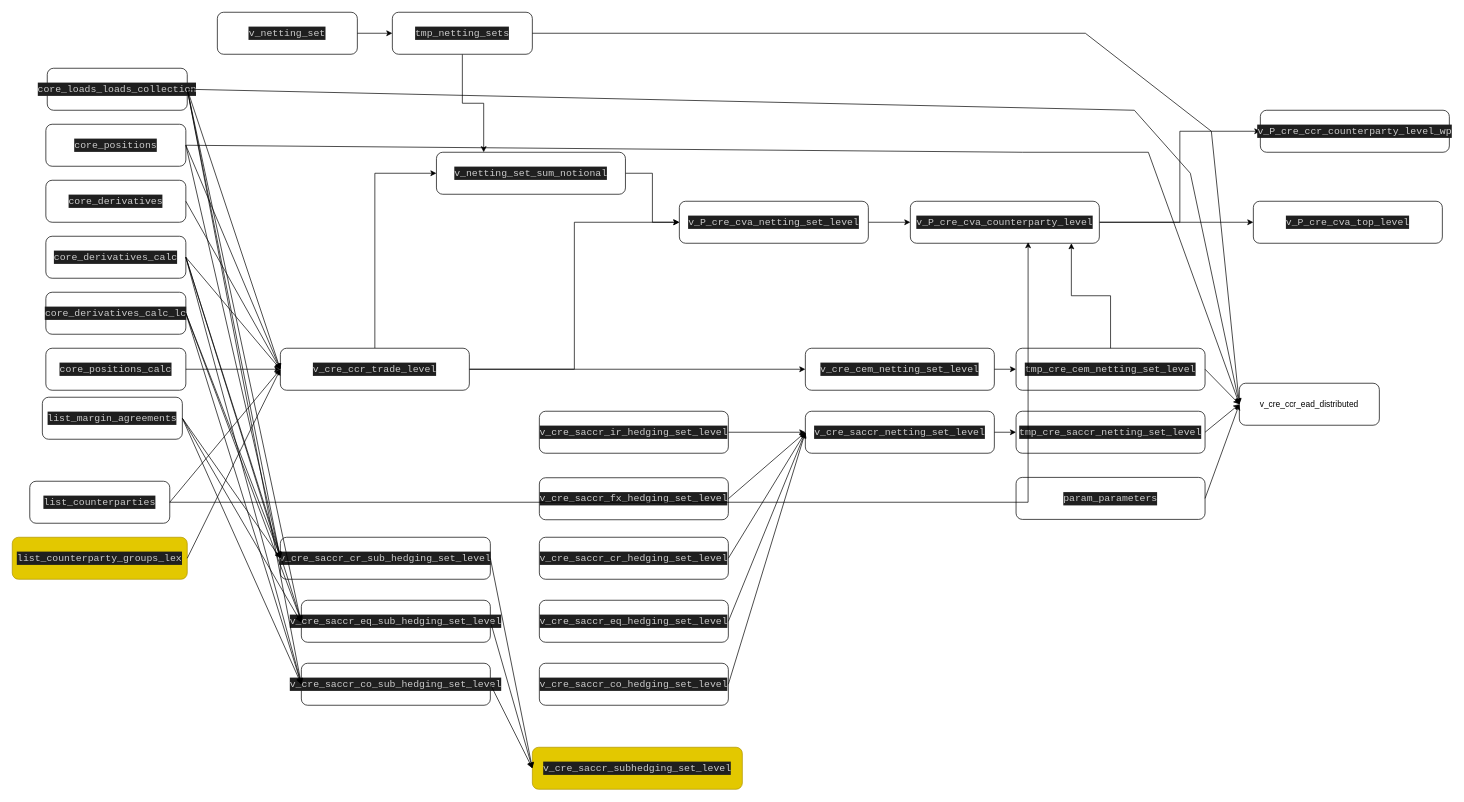
quadrum-solutions/quadrum-solutions.github.io keeps this draw.io diagram as mkdocs/FunctionalDoc/diagrams/CCR_tables.drawio. Above is the earlier version. Source tidied: cells renumbered, new cells numbered last; positions are measured from the earlier drawing's top-left corner, leaving out a move shared by most shapes. Both pictures are drawn from the tidied source at 70%, with x=0, y=0 at pixel (12, 12).
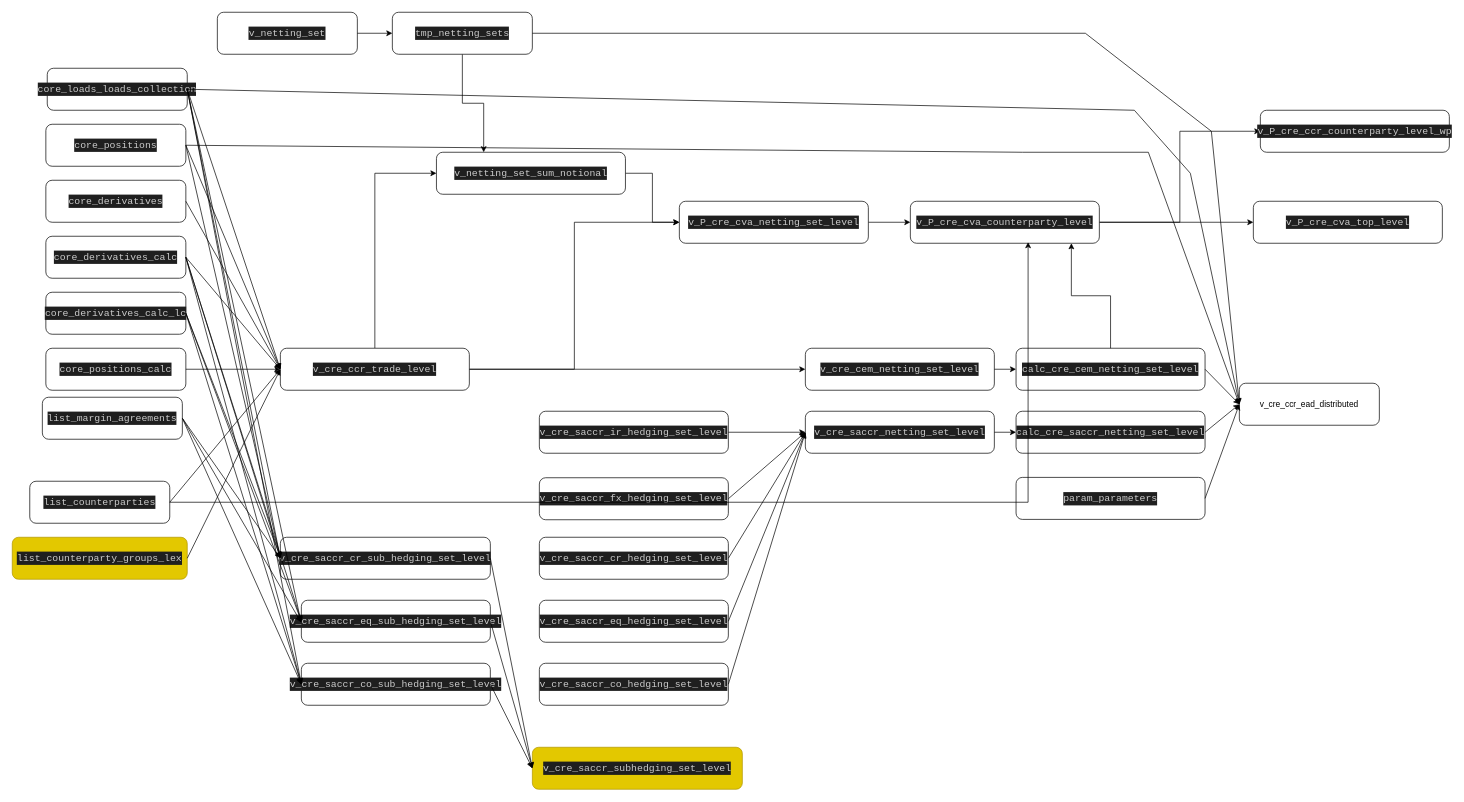
The same diagram, later.

Diff of the diagram source:
```diff
@@
-    <mxCell id="7" value="&lt;div style=&quot;color: rgb(204, 204, 204); background-color: rgb(31, 31, 31); font-family: Consolas, &amp;quot;Courier New&amp;quot;, monospace; font-size: 14px; line-height: 19px;&quot;&gt;&lt;div style=&quot;line-height: 19px;&quot;&gt;&lt;div style=&quot;line-height: 19px;&quot;&gt;&lt;div style=&quot;line-height: 19px;&quot;&gt;tmp_cre_cem_netting_set_level&lt;/div&gt;&lt;/div&gt;&lt;/div&gt;&lt;/div&gt;" style="rounded=1;whiteSpace=wrap;html=1;" parent="1" vertex="1">
+    <mxCell id="7" value="&lt;div style=&quot;color: rgb(204, 204, 204); background-color: rgb(31, 31, 31); font-family: Consolas, &amp;quot;Courier New&amp;quot;, monospace; font-size: 14px; line-height: 19px;&quot;&gt;&lt;div style=&quot;line-height: 19px;&quot;&gt;&lt;div style=&quot;line-height: 19px;&quot;&gt;&lt;div style=&quot;line-height: 19px;&quot;&gt;calc_cre_cem_netting_set_level&lt;/div&gt;&lt;/div&gt;&lt;/div&gt;&lt;/div&gt;" style="rounded=1;whiteSpace=wrap;html=1;" parent="1" vertex="1">
       <mxGeometry x="1434" y="480" width="270" height="60" as="geometry" />
     </mxCell>
-    <mxCell id="8" value="&lt;div style=&quot;color: rgb(204, 204, 204); background-color: rgb(31, 31, 31); font-family: Consolas, &amp;quot;Courier New&amp;quot;, monospace; font-size: 14px; line-height: 19px;&quot;&gt;&lt;div style=&quot;line-height: 19px;&quot;&gt;&lt;div style=&quot;line-height: 19px;&quot;&gt;&lt;div style=&quot;line-height: 19px;&quot;&gt;&lt;div style=&quot;line-height: 19px;&quot;&gt;tmp_cre_saccr_netting_set_level&lt;/div&gt;&lt;/div&gt;&lt;/div&gt;&lt;/div&gt;&lt;/div&gt;" style="rounded=1;whiteSpace=wrap;html=1;" parent="1" vertex="1">
+    <mxCell id="8" value="&lt;div style=&quot;color: rgb(204, 204, 204); background-color: rgb(31, 31, 31); font-family: Consolas, &amp;quot;Courier New&amp;quot;, monospace; font-size: 14px; line-height: 19px;&quot;&gt;&lt;div style=&quot;line-height: 19px;&quot;&gt;&lt;div style=&quot;line-height: 19px;&quot;&gt;&lt;div style=&quot;line-height: 19px;&quot;&gt;&lt;div style=&quot;line-height: 19px;&quot;&gt;calc_cre_saccr_netting_set_level&lt;/div&gt;&lt;/div&gt;&lt;/div&gt;&lt;/div&gt;&lt;/div&gt;" style="rounded=1;whiteSpace=wrap;html=1;" parent="1" vertex="1">
       <mxGeometry x="1434" y="570" width="270" height="60" as="geometry" />
     </mxCell>
```
